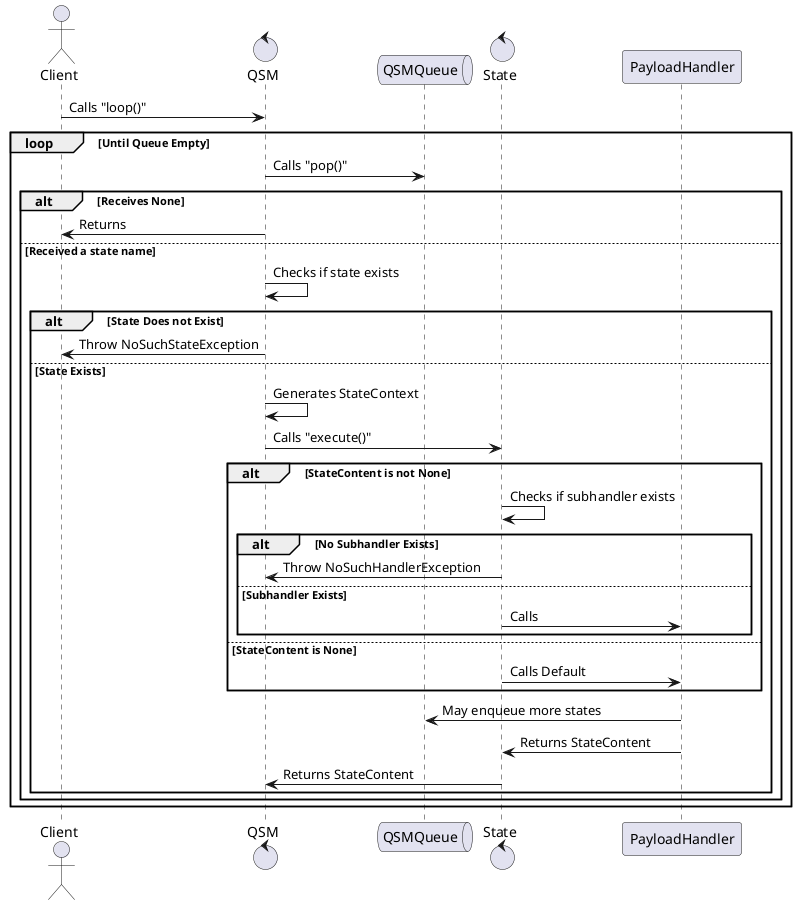
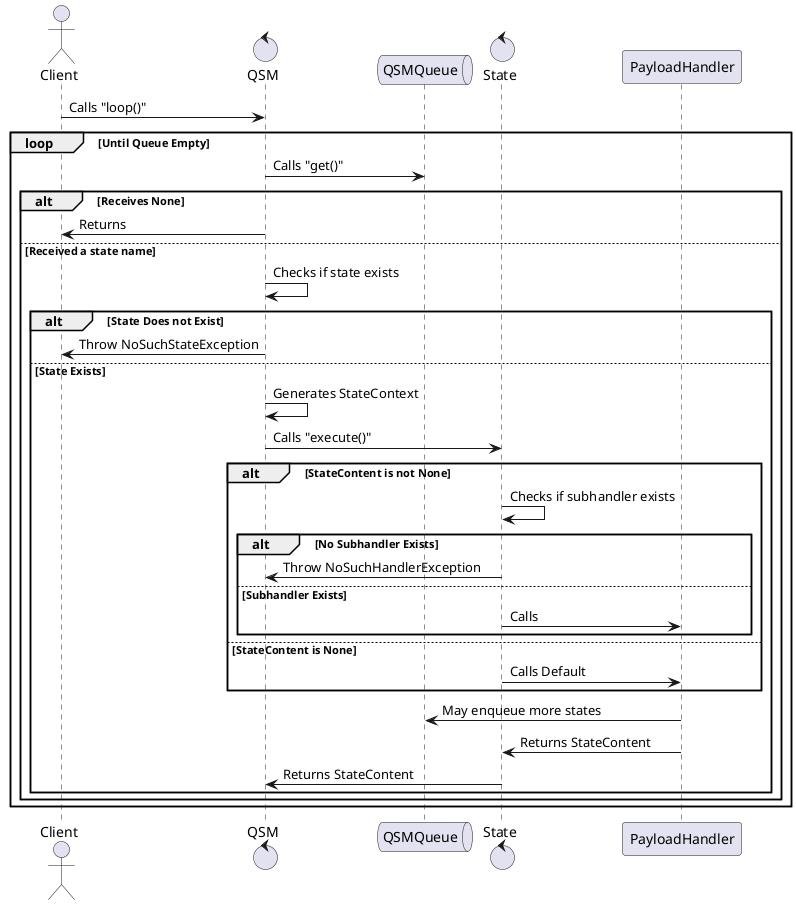
@startuml

actor Client
control QSM
queue QSMQueue
control State
Client -> QSM : Calls "loop()"
loop Until Queue Empty
- QSM -> QSMQueue : Calls "pop()"
+ QSM -> QSMQueue : Calls "get()"
alt Receives None
QSM -> Client : Returns
else Received a state name
QSM -> QSM : Checks if state exists
alt State Does not Exist
QSM -> Client : Throw NoSuchStateException
else State Exists
QSM -> QSM : Generates StateContext
QSM -> State : Calls "execute()"
alt StateContent is not None
State -> State : Checks if subhandler exists
alt No Subhandler Exists
State -> QSM : Throw NoSuchHandlerException
else Subhandler Exists
State -> PayloadHandler : Calls
end
else StateContent is None
State -> PayloadHandler : Calls Default
end
PayloadHandler -> QSMQueue : May enqueue more states
PayloadHandler -> State : Returns StateContent
State -> QSM : Returns StateContent
end
end
end

@enduml
